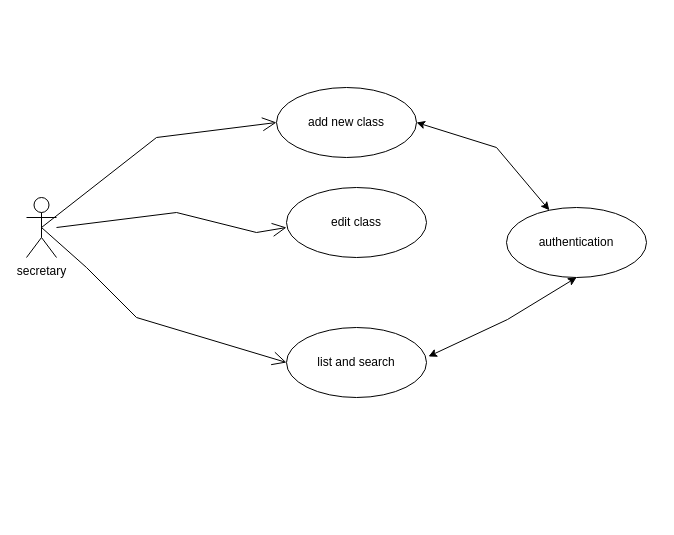
This is page "Page-1" (1 of 2) of schoolapp-use-case-spring-1.drawio from sidofdountio/schoolappui, a draw.io file, before an edit. Source tidied: cells renumbered, new cells numbered last; positions are measured from the earlier drawing's top-left corner, leaving out a move shared by most shapes. Both pictures are drawn from the tidied source at 100%, with x=0, y=0 at pixel (26, 87).
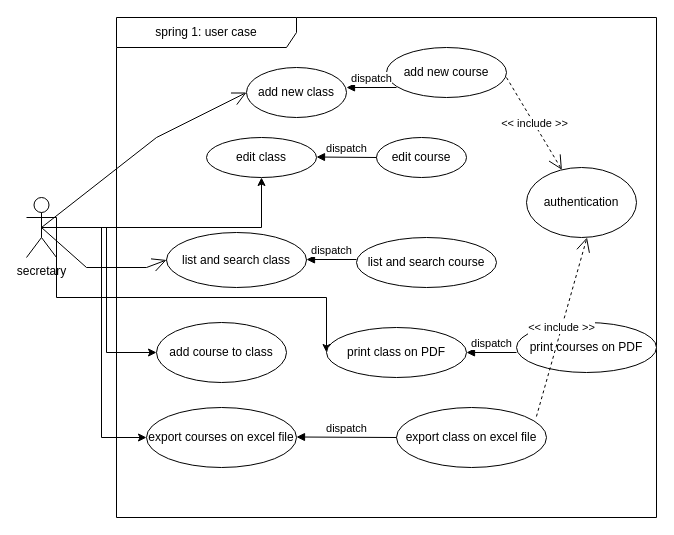
Above is the later version.

The change refers to these unchanged cells:
```xml
<mxCell id="2" value="secretary" style="shape=umlActor;verticalLabelPosition=bottom;verticalAlign=top;html=1;" parent="1" vertex="1">
  <mxGeometry y="110" width="30" height="60" as="geometry" />
</mxCell>
```

Change to the diagram source:
```diff
@@
+    <mxCell id="12" style="edgeStyle=orthogonalEdgeStyle;rounded=0;jettySize=auto;html=1;exitX=0.5;exitY=0.5;exitDx=0;exitDy=0;exitPerimeter=0;" parent="1" edge="1" source="2" target="4">
+      <mxGeometry relative="1" as="geometry" />
+    </mxCell>
+    <mxCell id="13" style="edgeStyle=orthogonalEdgeStyle;rounded=0;jettySize=auto;html=1;exitX=0.5;exitY=0.5;exitDx=0;exitDy=0;exitPerimeter=0;entryX=0;entryY=0.5;entryDx=0;entryDy=0;" parent="1" edge="1" source="2" target="23">
+      <mxGeometry relative="1" as="geometry" />
+    </mxCell>
+    <mxCell id="14" style="edgeStyle=orthogonalEdgeStyle;rounded=0;jettySize=auto;html=1;exitX=0.5;exitY=0.5;exitDx=0;exitDy=0;exitPerimeter=0;entryX=0;entryY=0.5;entryDx=0;entryDy=0;" parent="1" edge="1" source="2" target="20">
+      <mxGeometry relative="1" as="geometry" />
+    </mxCell>
+    <mxCell id="15" style="edgeStyle=orthogonalEdgeStyle;rounded=0;jettySize=auto;html=1;exitX=1;exitY=0.3333333333333333;exitDx=0;exitDy=0;exitPerimeter=0;entryX=0;entryY=0.5;entryDx=0;entryDy=0;" parent="1" edge="1" source="2" target="21">
+      <mxGeometry relative="1" as="geometry">
+        <Array as="points">
+          <mxPoint x="30" y="210" />
+          <mxPoint x="300" y="210" />
+        </Array>
+      </mxGeometry>
+    </mxCell>
@@
     <mxCell id="3" value="add new class" style="ellipse;whiteSpace=wrap;html=1;" parent="1" vertex="1">
-      <mxGeometry x="250" width="140" height="70" as="geometry" />
+      <mxGeometry x="220" y="-20" width="100" height="50" as="geometry" />
     </mxCell>
     <mxCell id="4" value="edit class" style="ellipse;whiteSpace=wrap;html=1;" parent="1" vertex="1">
-      <mxGeometry x="260" y="100" width="140" height="70" as="geometry" />
+      <mxGeometry x="180" y="50" width="110" height="40" as="geometry" />
     </mxCell>
-    <mxCell id="5" value="list and search" style="ellipse;whiteSpace=wrap;html=1;" parent="1" vertex="1">
-      <mxGeometry x="260" y="240" width="140" height="70" as="geometry" />
+    <mxCell id="5" value="list and search class" style="ellipse;whiteSpace=wrap;html=1;" parent="1" vertex="1">
+      <mxGeometry x="140" y="145" width="140" height="55" as="geometry" />
     </mxCell>
@@
     <mxCell id="7" style="endArrow=open;endFill=1;endSize=12;html=1;rounded=0;entryX=0;entryY=0.5;entryDx=0;entryDy=0;exitX=0.5;exitY=0.5;exitDx=0;exitDy=0;exitPerimeter=0;" parent="1" edge="1" source="2" target="5">
       <mxGeometry relative="1" as="geometry">
         <Array as="points">
           <mxPoint x="60" y="180" />
-          <mxPoint x="110" y="230" />
+          <mxPoint x="120" y="180" />
         </Array>
       </mxGeometry>
     </mxCell>
     <mxCell id="8" value="authentication" style="ellipse;whiteSpace=wrap;html=1;" parent="1" vertex="1">
-      <mxGeometry x="480" y="120" width="140" height="70" as="geometry" />
+      <mxGeometry x="500" y="80" width="110" height="70" as="geometry" />
     </mxCell>
-    <mxCell id="9" style="endArrow=classic;startArrow=classic;html=1;rounded=0;entryX=1;entryY=0.5;entryDx=0;entryDy=0;" parent="1" edge="1" source="8" target="3">
-      <mxGeometry relative="1" as="geometry">
-        <Array as="points">
-          <mxPoint x="470" y="60" />
-        </Array>
-      </mxGeometry>
-    </mxCell>
-    <mxCell id="10" style="endArrow=classic;startArrow=classic;html=1;rounded=0;entryX=1.014;entryY=0.414;entryDx=0;entryDy=0;exitX=0.714;exitY=1;exitDx=0;exitDy=0;exitPerimeter=0;entryPerimeter=0;" parent="1" edge="1" target="5">
-      <mxGeometry relative="1" as="geometry">
-        <mxPoint x="550" y="190" as="sourcePoint" />
-        <Array as="points">
-          <mxPoint x="481" y="232" />
-        </Array>
-      </mxGeometry>
-    </mxCell>
-    <mxCell id="11" style="endArrow=open;endFill=1;endSize=12;html=1;rounded=0;entryX=0;entryY=0.5;entryDx=0;entryDy=0;" parent="1" edge="1">
-      <mxGeometry relative="1" as="geometry">
-        <mxPoint x="30" y="140" as="sourcePoint" />
-        <mxPoint x="260" y="140" as="targetPoint" />
-        <Array as="points">
-          <mxPoint x="150" y="125" />
-          <mxPoint x="230" y="145" />
-        </Array>
-      </mxGeometry>
-    </mxCell>
+    <mxCell id="16" value="spring 1: user case" style="shape=umlFrame;whiteSpace=wrap;html=1;width=180;height=30;" parent="1" vertex="1">
+      <mxGeometry x="90" y="-70" width="540" height="500" as="geometry" />
+    </mxCell>
+    <mxCell id="17" value="edit course" style="ellipse;whiteSpace=wrap;html=1;" parent="1" vertex="1">
+      <mxGeometry x="350" y="50" width="90" height="40" as="geometry" />
+    </mxCell>
+    <mxCell id="18" value="list and search course" style="ellipse;whiteSpace=wrap;html=1;" parent="1" vertex="1">
+      <mxGeometry x="330" y="150" width="140" height="50" as="geometry" />
+    </mxCell>
+    <mxCell id="19" value="add new course" style="ellipse;whiteSpace=wrap;html=1;" parent="1" vertex="1">
+      <mxGeometry x="360" y="-40" width="120" height="50" as="geometry" />
+    </mxCell>
+    <mxCell id="20" value="add course to class" style="ellipse;whiteSpace=wrap;html=1;" parent="1" vertex="1">
+      <mxGeometry x="130" y="235" width="130" height="60" as="geometry" />
+    </mxCell>
+    <mxCell id="21" value="print class on PDF" style="ellipse;whiteSpace=wrap;html=1;" parent="1" vertex="1">
+      <mxGeometry x="300" y="240" width="140" height="50" as="geometry" />
+    </mxCell>
+    <mxCell id="22" value="print courses on PDF" style="ellipse;whiteSpace=wrap;html=1;" parent="1" vertex="1">
+      <mxGeometry x="490" y="235" width="140" height="50" as="geometry" />
+    </mxCell>
+    <mxCell id="23" value="export courses on excel file" style="ellipse;whiteSpace=wrap;html=1;" parent="1" vertex="1">
+      <mxGeometry x="120" y="320" width="150" height="60" as="geometry" />
+    </mxCell>
+    <mxCell id="24" value="export class on excel file" style="ellipse;whiteSpace=wrap;html=1;" parent="1" vertex="1">
+      <mxGeometry x="370" y="320" width="150" height="60" as="geometry" />
+    </mxCell>
+    <mxCell id="25" value="dispatch" style="html=1;verticalAlign=bottom;endArrow=block;curved=0;rounded=0;exitX=0;exitY=0.5;exitDx=0;exitDy=0;" parent="1" edge="1" source="24">
+      <mxGeometry relative="1" as="geometry">
+        <mxPoint x="270" y="349.5" as="targetPoint" />
+      </mxGeometry>
+    </mxCell>
+    <mxCell id="26" value="dispatch" style="html=1;verticalAlign=bottom;endArrow=block;curved=0;rounded=0;" parent="1" edge="1">
+      <mxGeometry relative="1" as="geometry">
+        <mxPoint x="490" y="265" as="sourcePoint" />
+        <mxPoint x="440" y="265" as="targetPoint" />
+      </mxGeometry>
+    </mxCell>
+    <mxCell id="27" value="dispatch" style="html=1;verticalAlign=bottom;endArrow=block;curved=0;rounded=0;" parent="1" edge="1">
+      <mxGeometry relative="1" as="geometry">
+        <mxPoint x="330" y="172" as="sourcePoint" />
+        <mxPoint x="280" y="172" as="targetPoint" />
+      </mxGeometry>
+    </mxCell>
+    <mxCell id="28" value="dispatch" style="html=1;verticalAlign=bottom;endArrow=block;curved=0;rounded=0;" parent="1" edge="1">
+      <mxGeometry relative="1" as="geometry">
+        <mxPoint x="370" as="sourcePoint" />
+        <mxPoint x="320" as="targetPoint" />
+      </mxGeometry>
+    </mxCell>
+    <mxCell id="29" value="dispatch" style="html=1;verticalAlign=bottom;endArrow=block;curved=0;rounded=0;" parent="1" edge="1" source="17">
+      <mxGeometry relative="1" as="geometry">
+        <mxPoint x="290" y="69.5" as="targetPoint" />
+      </mxGeometry>
+    </mxCell>
+    <mxCell id="30" value="&amp;lt;&amp;lt; include &amp;gt;&amp;gt;" style="endArrow=open;endSize=12;dashed=1;html=1;rounded=0;" parent="1" edge="1" target="8">
+      <mxGeometry relative="1" as="geometry">
+        <mxPoint x="480" y="-10" as="sourcePoint" />
+      </mxGeometry>
+    </mxCell>
+    <mxCell id="31" value="&amp;lt;&amp;lt; include &amp;gt;&amp;gt;" style="endArrow=open;endSize=12;dashed=1;html=1;rounded=0;exitX=0.933;exitY=0.15;exitDx=0;exitDy=0;exitPerimeter=0;" parent="1" edge="1" source="24">
+      <mxGeometry relative="1" as="geometry">
+        <mxPoint x="560.5" y="150" as="targetPoint" />
+      </mxGeometry>
+    </mxCell>
```
